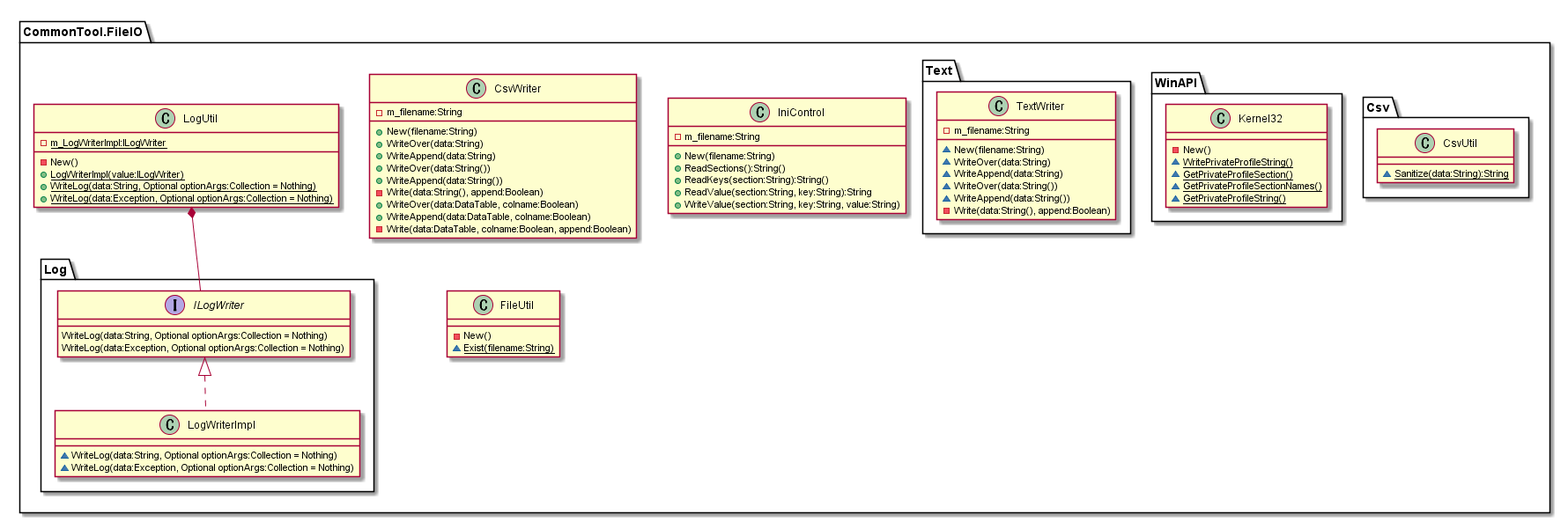
Earlier version of the PlantUML export doc/03_SubSystem別/CommonTool.FileIO/03_内部設計/クラス図.png (hirorich/CommonTool).
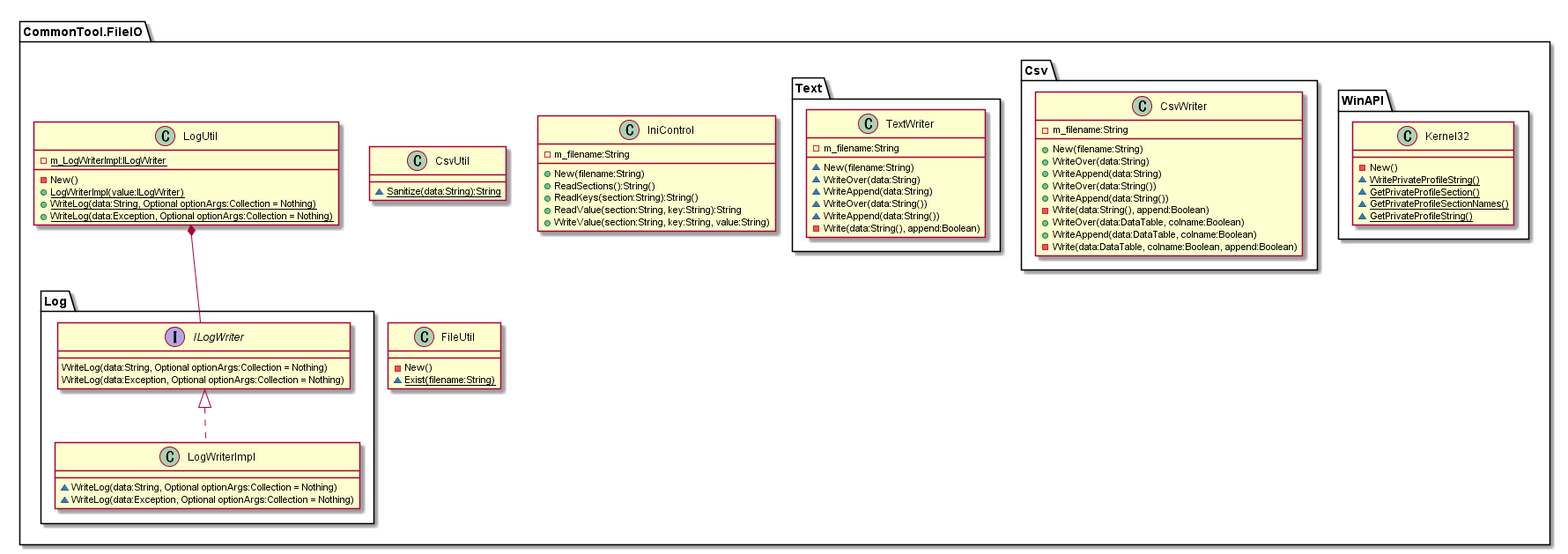
Above is the later version.

What changed in the source:
```diff
@@ -1,18 +1,8 @@
 @startuml ..\クラス図.png
 
 package CommonTool.FileIO {
-    class CsvWriter {
-      - m_filename:String
-
-      + New(filename:String)
-      + WriteOver(data:String)
-      + WriteAppend(data:String)
-      + WriteOver(data:String())
-      + WriteAppend(data:String())
-      - Write(data:String(), append:Boolean)
-      + WriteOver(data:DataTable, colname:Boolean)
-      + WriteAppend(data:DataTable, colname:Boolean)
-      - Write(data:DataTable, colname:Boolean, append:Boolean)
+    class CsvUtil {
+      ~ {static}Sanitize(data:String):String
     }
 
     class IniControl {
@@ -50,8 +40,18 @@
     }
 
     package Csv {
-        class CsvUtil {
-          ~ {static}Sanitize(data:String):String
+        class CsvWriter {
+          - m_filename:String
+
+          + New(filename:String)
+          + WriteOver(data:String)
+          + WriteAppend(data:String)
+          + WriteOver(data:String())
+          + WriteAppend(data:String())
+          - Write(data:String(), append:Boolean)
+          + WriteOver(data:DataTable, colname:Boolean)
+          + WriteAppend(data:DataTable, colname:Boolean)
+          - Write(data:DataTable, colname:Boolean, append:Boolean)
         }
     }
 
```
